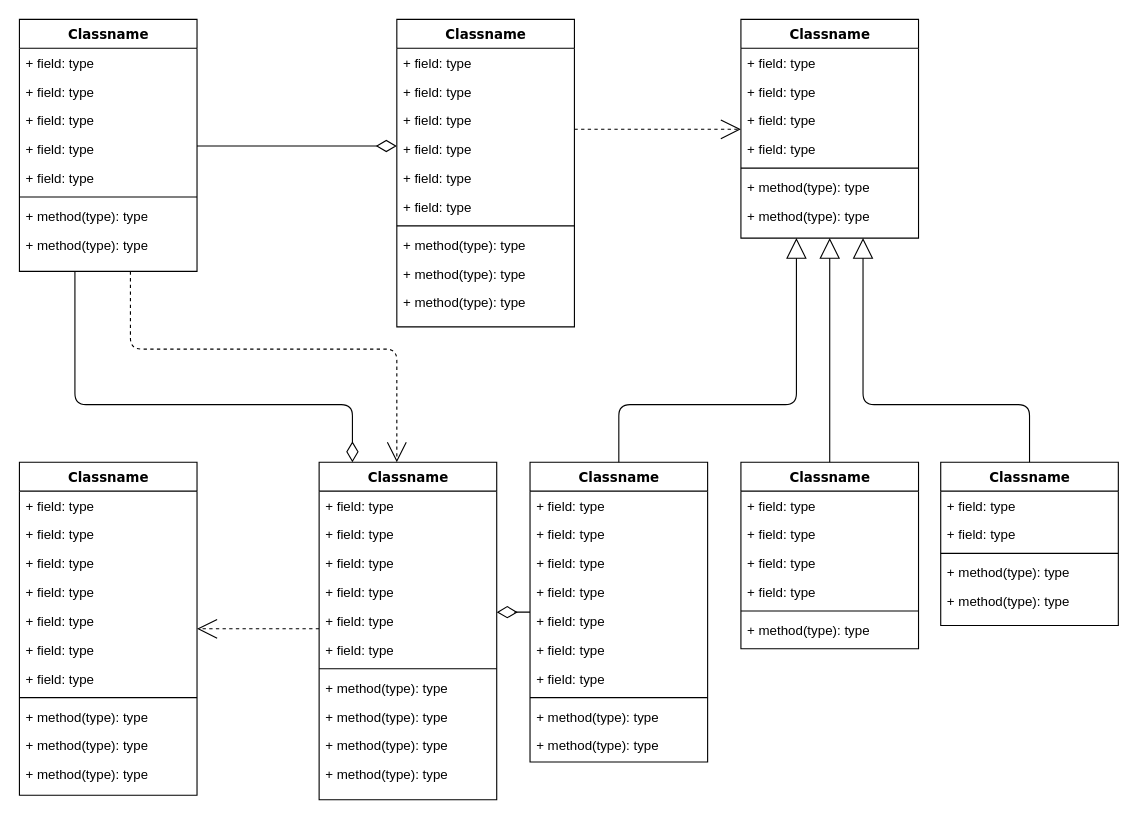
oja89/BoardGameTracker keeps this draw.io diagram as Diagrams/BaseDesign.drawio. Above is the earlier version. Source tidied: cells renumbered, new cells numbered last; positions are measured from the earlier drawing's top-left corner, leaving out a move shared by most shapes. Both pictures are drawn from the tidied source at 111%, with x=0, y=0 at pixel (19, 19).
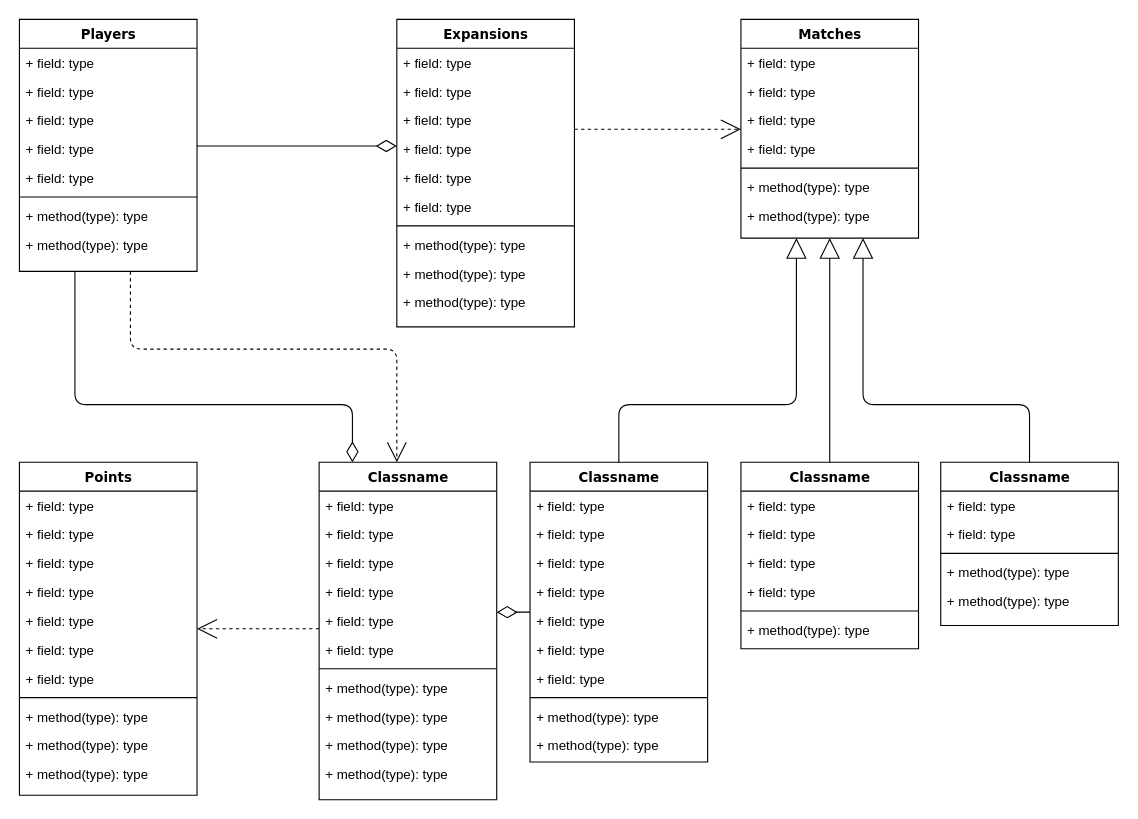
After the change.

What changed in the source:
```diff
@@
-    <mxCell id="4" value="Classname" style="swimlane;html=1;fontStyle=1;align=center;verticalAlign=top;horizontal=1;startSize=26;swimlaneFillColor=#ffffff;rounded=0;shadow=0;comic=0;labelBackgroundColor=none;strokeWidth=1;fillColor=none;fontFamily=Verdana;fontSize=12;" parent="1" vertex="1">
+    <mxCell id="4" value="Players" style="swimlane;html=1;fontStyle=1;align=center;verticalAlign=top;horizontal=1;startSize=26;swimlaneFillColor=#ffffff;rounded=0;shadow=0;comic=0;labelBackgroundColor=none;strokeWidth=1;fillColor=none;fontFamily=Verdana;fontSize=12;" parent="1" vertex="1">
       <mxGeometry width="160" height="227" as="geometry" />
     </mxCell>
@@
-    <mxCell id="14" value="Classname" style="swimlane;html=1;fontStyle=1;align=center;verticalAlign=top;horizontal=1;startSize=26;swimlaneFillColor=#ffffff;rounded=0;shadow=0;comic=0;labelBackgroundColor=none;strokeWidth=1;fillColor=none;fontFamily=Verdana;fontSize=12;" parent="1" vertex="1">
+    <mxCell id="14" value="Expansions" style="swimlane;html=1;fontStyle=1;align=center;verticalAlign=top;horizontal=1;startSize=26;swimlaneFillColor=#ffffff;rounded=0;shadow=0;comic=0;labelBackgroundColor=none;strokeWidth=1;fillColor=none;fontFamily=Verdana;fontSize=12;" parent="1" vertex="1">
       <mxGeometry x="340" width="160" height="277" as="geometry" />
     </mxCell>
@@
-    <mxCell id="25" value="Classname" style="swimlane;html=1;fontStyle=1;align=center;verticalAlign=top;horizontal=1;startSize=26;swimlaneFillColor=#ffffff;rounded=0;shadow=0;comic=0;labelBackgroundColor=none;strokeWidth=1;fillColor=none;fontFamily=Verdana;fontSize=12;" parent="1" vertex="1">
+    <mxCell id="25" value="Matches" style="swimlane;html=1;fontStyle=1;align=center;verticalAlign=top;horizontal=1;startSize=26;swimlaneFillColor=#ffffff;rounded=0;shadow=0;comic=0;labelBackgroundColor=none;strokeWidth=1;fillColor=none;fontFamily=Verdana;fontSize=12;" parent="1" vertex="1">
       <mxGeometry x="650" width="160" height="197" as="geometry" />
     </mxCell>
@@
-    <mxCell id="34" value="Classname" style="swimlane;html=1;fontStyle=1;align=center;verticalAlign=top;horizontal=1;startSize=26;swimlaneFillColor=#ffffff;rounded=0;shadow=0;comic=0;labelBackgroundColor=none;strokeWidth=1;fillColor=none;fontFamily=Verdana;fontSize=12;" parent="1" vertex="1">
+    <mxCell id="34" value="&lt;div&gt;Points&lt;br&gt;&lt;/div&gt;" style="swimlane;html=1;fontStyle=1;align=center;verticalAlign=top;horizontal=1;startSize=26;swimlaneFillColor=#ffffff;rounded=0;shadow=0;comic=0;labelBackgroundColor=none;strokeWidth=1;fillColor=none;fontFamily=Verdana;fontSize=12;" parent="1" vertex="1">
       <mxGeometry y="399" width="160" height="300" as="geometry" />
     </mxCell>
```
